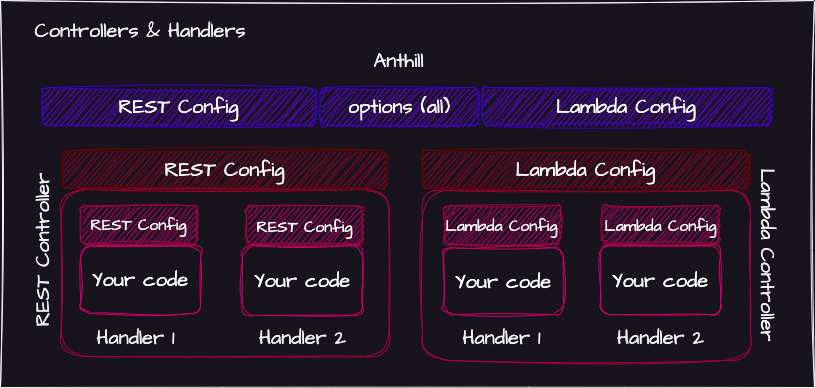
Above: docs/images/controllers-handlers.drawio.png in AntL4b/anthill-framework (draw.io), before the change. Source tidied: cells renumbered, new cells last; positions are measured from the earlier drawing's top-left corner, leaving out a move shared by most shapes. The source it was exported from:
```xml
<mxGraphModel>
  <root>
    <mxCell id="0" />
    <mxCell id="1" parent="0" />
    <mxCell id="2" style="rounded=0;whiteSpace=wrap;html=1;sketch=1;hachureGap=4;jiggle=2;curveFitting=1;fontFamily=Architects Daughter;fontSource=https%3A%2F%2Ffonts.googleapis.com%2Fcss%3Ffamily%3DArchitects%2BDaughter;fontSize=20;" parent="1" vertex="1">
      <mxGeometry x="42" width="814" height="387" as="geometry" />
    </mxCell>
    <mxCell id="3" value="Anthill" style="text;html=1;strokeColor=none;fillColor=none;align=center;verticalAlign=middle;whiteSpace=wrap;rounded=0;fontSize=20;fontFamily=Architects Daughter;" parent="1" vertex="1">
      <mxGeometry x="344.9" y="45" width="191.2" height="30" as="geometry" />
    </mxCell>
    <mxCell id="4" style="rounded=1;whiteSpace=wrap;html=1;sketch=1;hachureGap=4;jiggle=2;curveFitting=1;fontFamily=Architects Daughter;fontSource=https%3A%2F%2Ffonts.googleapis.com%2Fcss%3Ffamily%3DArchitects%2BDaughter;fontSize=20;fillColor=none;fontColor=#ffffff;strokeColor=#A50040;" parent="1" vertex="1">
      <mxGeometry x="102.5" y="189" width="328" height="167" as="geometry" />
    </mxCell>
    <mxCell id="5" value="Your code" style="rounded=1;whiteSpace=wrap;html=1;sketch=1;hachureGap=4;jiggle=2;curveFitting=1;fontFamily=Architects Daughter;fontSource=https%3A%2F%2Ffonts.googleapis.com%2Fcss%3Ffamily%3DArchitects%2BDaughter;fontSize=20;fillColor=none;fontColor=#FFFFFF;strokeColor=#CC0066;" parent="1" vertex="1">
      <mxGeometry x="284" y="245" width="120" height="70" as="geometry" />
    </mxCell>
    <mxCell id="6" value="Handler 2" style="text;html=1;strokeColor=none;fillColor=none;align=center;verticalAlign=middle;whiteSpace=wrap;rounded=0;fontSize=20;fontFamily=Architects Daughter;" parent="1" vertex="1">
      <mxGeometry x="298.5" y="322" width="91" height="30" as="geometry" />
    </mxCell>
    <mxCell id="7" value="REST Controller" style="text;html=1;strokeColor=none;fillColor=none;align=center;verticalAlign=middle;whiteSpace=wrap;rounded=0;fontSize=20;fontFamily=Architects Daughter;rotation=270;" parent="1" vertex="1">
      <mxGeometry y="235" width="167.5" height="30" as="geometry" />
    </mxCell>
    <mxCell id="8" value="Controllers &amp;amp; Handlers" style="text;html=1;strokeColor=none;fillColor=none;align=center;verticalAlign=middle;whiteSpace=wrap;rounded=0;fontSize=20;fontFamily=Architects Daughter;" parent="1" vertex="1">
      <mxGeometry x="55" y="15" width="254" height="30" as="geometry" />
    </mxCell>
    <mxCell id="9" value="Your code" style="rounded=1;whiteSpace=wrap;html=1;sketch=1;hachureGap=4;jiggle=2;curveFitting=1;fontFamily=Architects Daughter;fontSource=https%3A%2F%2Ffonts.googleapis.com%2Fcss%3Ffamily%3DArchitects%2BDaughter;fontSize=20;fillColor=none;fontColor=#FFFFFF;strokeColor=#CC0066;" parent="1" vertex="1">
      <mxGeometry x="122" y="245.5" width="120" height="67.5" as="geometry" />
    </mxCell>
    <mxCell id="10" value="Handler 1" style="text;html=1;strokeColor=none;fillColor=none;align=center;verticalAlign=middle;whiteSpace=wrap;rounded=0;fontSize=20;fontFamily=Architects Daughter;" parent="1" vertex="1">
      <mxGeometry x="132" y="322" width="91" height="30" as="geometry" />
    </mxCell>
    <mxCell id="11" style="rounded=1;whiteSpace=wrap;html=1;sketch=1;hachureGap=4;jiggle=2;curveFitting=1;fontFamily=Architects Daughter;fontSource=https%3A%2F%2Ffonts.googleapis.com%2Fcss%3Ffamily%3DArchitects%2BDaughter;fontSize=20;fillColor=none;fontColor=#ffffff;strokeColor=#A50040;" parent="1" vertex="1">
      <mxGeometry x="464" y="190" width="328" height="170" as="geometry" />
    </mxCell>
    <mxCell id="12" value="Your code" style="rounded=1;whiteSpace=wrap;html=1;sketch=1;hachureGap=4;jiggle=2;curveFitting=1;fontFamily=Architects Daughter;fontSource=https%3A%2F%2Ffonts.googleapis.com%2Fcss%3Ffamily%3DArchitects%2BDaughter;fontSize=20;fillColor=none;fontColor=#FFFFFF;strokeColor=#CC0066;" parent="1" vertex="1">
      <mxGeometry x="642" y="245.2" width="120" height="68.8" as="geometry" />
    </mxCell>
    <mxCell id="13" value="Handler 2" style="text;html=1;strokeColor=none;fillColor=none;align=center;verticalAlign=middle;whiteSpace=wrap;rounded=0;fontSize=20;fontFamily=Architects Daughter;" parent="1" vertex="1">
      <mxGeometry x="656.5" y="322" width="91" height="30" as="geometry" />
    </mxCell>
    <mxCell id="14" value="Lambda Controller" style="text;html=1;strokeColor=none;fillColor=none;align=center;verticalAlign=middle;whiteSpace=wrap;rounded=0;fontSize=20;fontFamily=Architects Daughter;rotation=90;" parent="1" vertex="1">
      <mxGeometry x="710" y="240" width="200" height="30" as="geometry" />
    </mxCell>
    <mxCell id="15" value="Your code" style="rounded=1;whiteSpace=wrap;html=1;sketch=1;hachureGap=4;jiggle=2;curveFitting=1;fontFamily=Architects Daughter;fontSource=https%3A%2F%2Ffonts.googleapis.com%2Fcss%3Ffamily%3DArchitects%2BDaughter;fontSize=20;fillColor=none;fontColor=#FFFFFF;strokeColor=#CC0066;" parent="1" vertex="1">
      <mxGeometry x="485" y="247.2" width="120" height="66.8" as="geometry" />
    </mxCell>
    <mxCell id="16" value="Handler 1" style="text;html=1;strokeColor=none;fillColor=none;align=center;verticalAlign=middle;whiteSpace=wrap;rounded=0;fontSize=20;fontFamily=Architects Daughter;" parent="1" vertex="1">
      <mxGeometry x="498" y="322" width="91" height="30" as="geometry" />
    </mxCell>
    <mxCell id="17" value="options (all)" style="rounded=1;whiteSpace=wrap;html=1;sketch=1;hachureGap=4;jiggle=2;curveFitting=1;fontFamily=Architects Daughter;fontSource=https%3A%2F%2Ffonts.googleapis.com%2Fcss%3Ffamily%3DArchitects%2BDaughter;fontSize=20;fillColor=#6a00ff;fontColor=#ffffff;strokeColor=#3700CC;fillStyle=hachure;" parent="1" vertex="1">
      <mxGeometry x="361.5" y="87" width="158" height="38" as="geometry" />
    </mxCell>
    <mxCell id="18" value="REST Config" style="rounded=1;whiteSpace=wrap;html=1;sketch=1;hachureGap=4;jiggle=2;curveFitting=1;fontFamily=Architects Daughter;fontSource=https%3A%2F%2Ffonts.googleapis.com%2Fcss%3Ffamily%3DArchitects%2BDaughter;fontSize=20;fillColor=#6a00ff;fontColor=#ffffff;strokeColor=#3700CC;fillStyle=hachure;" parent="1" vertex="1">
      <mxGeometry x="84" y="87" width="273" height="38" as="geometry" />
    </mxCell>
    <mxCell id="19" value="Lambda Config" style="rounded=1;whiteSpace=wrap;html=1;sketch=1;hachureGap=4;jiggle=2;curveFitting=1;fontFamily=Architects Daughter;fontSource=https%3A%2F%2Ffonts.googleapis.com%2Fcss%3Ffamily%3DArchitects%2BDaughter;fontSize=20;fillColor=#6a00ff;fontColor=#ffffff;strokeColor=#3700CC;fillStyle=hachure;" parent="1" vertex="1">
      <mxGeometry x="524" y="87" width="288" height="38" as="geometry" />
    </mxCell>
    <mxCell id="20" value="REST Config" style="rounded=1;whiteSpace=wrap;html=1;sketch=1;hachureGap=4;jiggle=2;curveFitting=1;fontFamily=Architects Daughter;fontSource=https%3A%2F%2Ffonts.googleapis.com%2Fcss%3Ffamily%3DArchitects%2BDaughter;fontSize=20;fillColor=#a20025;fontColor=#ffffff;strokeColor=#6F0000;fillStyle=hachure;" parent="1" vertex="1">
      <mxGeometry x="105" y="150" width="323" height="38" as="geometry" />
    </mxCell>
    <mxCell id="21" value="Lambda Config" style="rounded=1;whiteSpace=wrap;html=1;sketch=1;hachureGap=4;jiggle=2;curveFitting=1;fontFamily=Architects Daughter;fontSource=https%3A%2F%2Ffonts.googleapis.com%2Fcss%3Ffamily%3DArchitects%2BDaughter;fontSize=20;fillColor=#a20025;fontColor=#ffffff;strokeColor=#6F0000;fillStyle=hachure;" parent="1" vertex="1">
      <mxGeometry x="464" y="150" width="327" height="38" as="geometry" />
    </mxCell>
    <mxCell id="22" value="&lt;font style=&quot;font-size: 16px;&quot;&gt;REST Config&lt;/font&gt;" style="rounded=1;whiteSpace=wrap;html=1;sketch=1;hachureGap=4;jiggle=2;curveFitting=1;fontFamily=Architects Daughter;fontSource=https%3A%2F%2Ffonts.googleapis.com%2Fcss%3Ffamily%3DArchitects%2BDaughter;fontSize=16;fillColor=#d80073;fontColor=#ffffff;strokeColor=#A50040;fillStyle=hachure;" parent="1" vertex="1">
      <mxGeometry x="122" y="205.5" width="116.5" height="38" as="geometry" />
    </mxCell>
    <mxCell id="23" value="&lt;font style=&quot;font-size: 16px;&quot;&gt;REST Config&lt;/font&gt;" style="rounded=1;whiteSpace=wrap;html=1;sketch=1;hachureGap=4;jiggle=2;curveFitting=1;fontFamily=Architects Daughter;fontSource=https%3A%2F%2Ffonts.googleapis.com%2Fcss%3Ffamily%3DArchitects%2BDaughter;fontSize=20;fillColor=#d80073;fontColor=#ffffff;strokeColor=#A50040;fillStyle=hachure;" parent="1" vertex="1">
      <mxGeometry x="287.5" y="205.5" width="116.5" height="38" as="geometry" />
    </mxCell>
    <mxCell id="24" value="&lt;font style=&quot;font-size: 16px;&quot;&gt;Lambda Config&lt;/font&gt;" style="rounded=1;whiteSpace=wrap;html=1;sketch=1;hachureGap=4;jiggle=2;curveFitting=1;fontFamily=Architects Daughter;fontSource=https%3A%2F%2Ffonts.googleapis.com%2Fcss%3Ffamily%3DArchitects%2BDaughter;fontSize=20;fillColor=#d80073;fontColor=#ffffff;strokeColor=#A50040;fillStyle=hachure;" parent="1" vertex="1">
      <mxGeometry x="485" y="205.2" width="117" height="38" as="geometry" />
    </mxCell>
    <mxCell id="25" value="&lt;font style=&quot;font-size: 16px;&quot;&gt;Lambda Config&lt;/font&gt;" style="rounded=1;whiteSpace=wrap;html=1;sketch=1;hachureGap=4;jiggle=2;curveFitting=1;fontFamily=Architects Daughter;fontSource=https%3A%2F%2Ffonts.googleapis.com%2Fcss%3Ffamily%3DArchitects%2BDaughter;fontSize=20;fillColor=#d80073;fontColor=#ffffff;strokeColor=#A50040;fillStyle=hachure;" parent="1" vertex="1">
      <mxGeometry x="643.5" y="205.2" width="117" height="38" as="geometry" />
    </mxCell>
  </root>
</mxGraphModel>
```
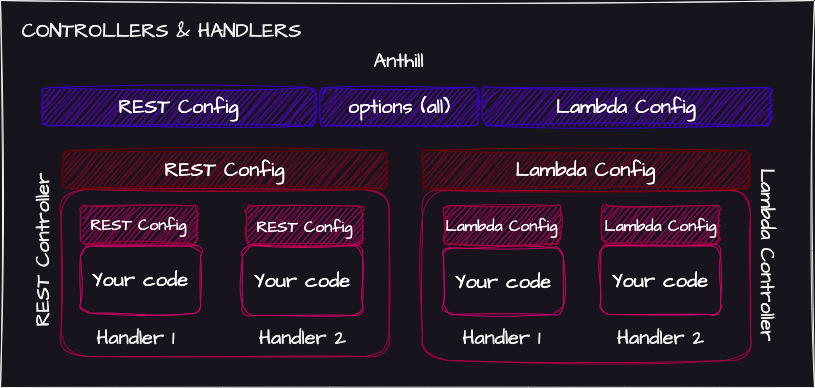
The same file after the commit.

Diff of the diagram source:
```diff
@@ -20,8 +20,8 @@
     <mxCell id="7" value="REST Controller" style="text;html=1;strokeColor=none;fillColor=none;align=center;verticalAlign=middle;whiteSpace=wrap;rounded=0;fontSize=20;fontFamily=Architects Daughter;rotation=270;" parent="1" vertex="1">
       <mxGeometry y="235" width="167.5" height="30" as="geometry" />
     </mxCell>
-    <mxCell id="8" value="Controllers &amp;amp; Handlers" style="text;html=1;strokeColor=none;fillColor=none;align=center;verticalAlign=middle;whiteSpace=wrap;rounded=0;fontSize=20;fontFamily=Architects Daughter;" parent="1" vertex="1">
-      <mxGeometry x="55" y="15" width="254" height="30" as="geometry" />
+    <mxCell id="8" value="CONTROLLERS &amp;amp; HANDLERS" style="text;html=1;strokeColor=none;fillColor=none;align=center;verticalAlign=middle;whiteSpace=wrap;rounded=0;fontSize=20;fontFamily=Architects Daughter;" parent="1" vertex="1">
+      <mxGeometry x="55" y="15" width="297" height="30" as="geometry" />
     </mxCell>
     <mxCell id="9" value="Your code" style="rounded=1;whiteSpace=wrap;html=1;sketch=1;hachureGap=4;jiggle=2;curveFitting=1;fontFamily=Architects Daughter;fontSource=https%3A%2F%2Ffonts.googleapis.com%2Fcss%3Ffamily%3DArchitects%2BDaughter;fontSize=20;fillColor=none;fontColor=#FFFFFF;strokeColor=#CC0066;" parent="1" vertex="1">
       <mxGeometry x="122" y="245.5" width="120" height="67.5" as="geometry" />
```
